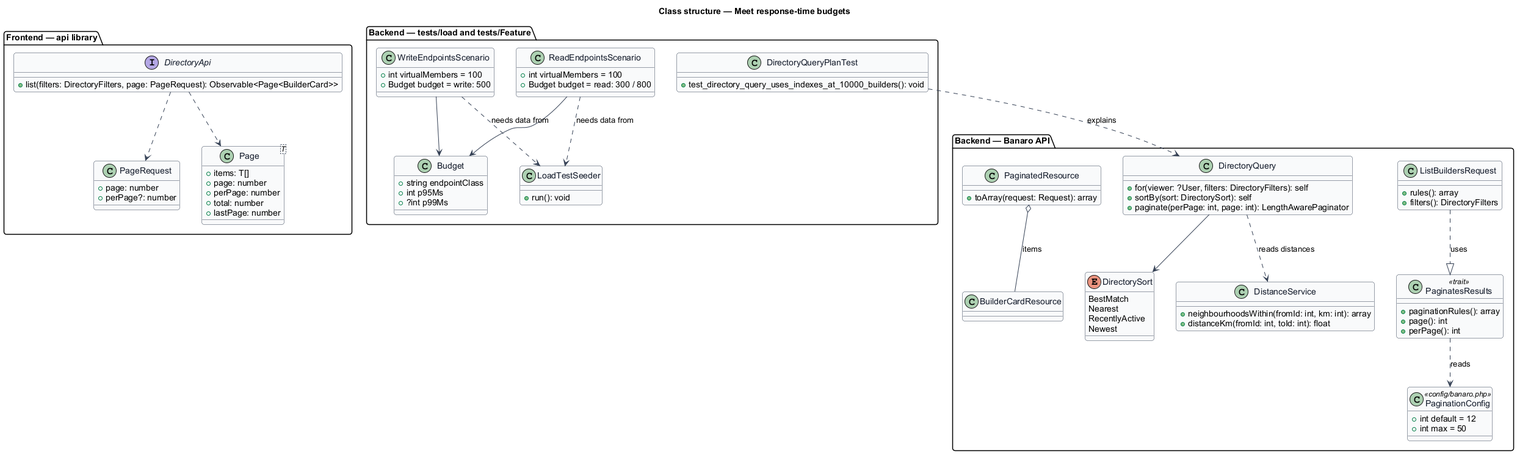
Before: docs/detailed-designs/performance/meet-response-time-budgets/diagrams/class-structure.png, a diagram exported from PlantUML (QuinntyneBrown/banaro).
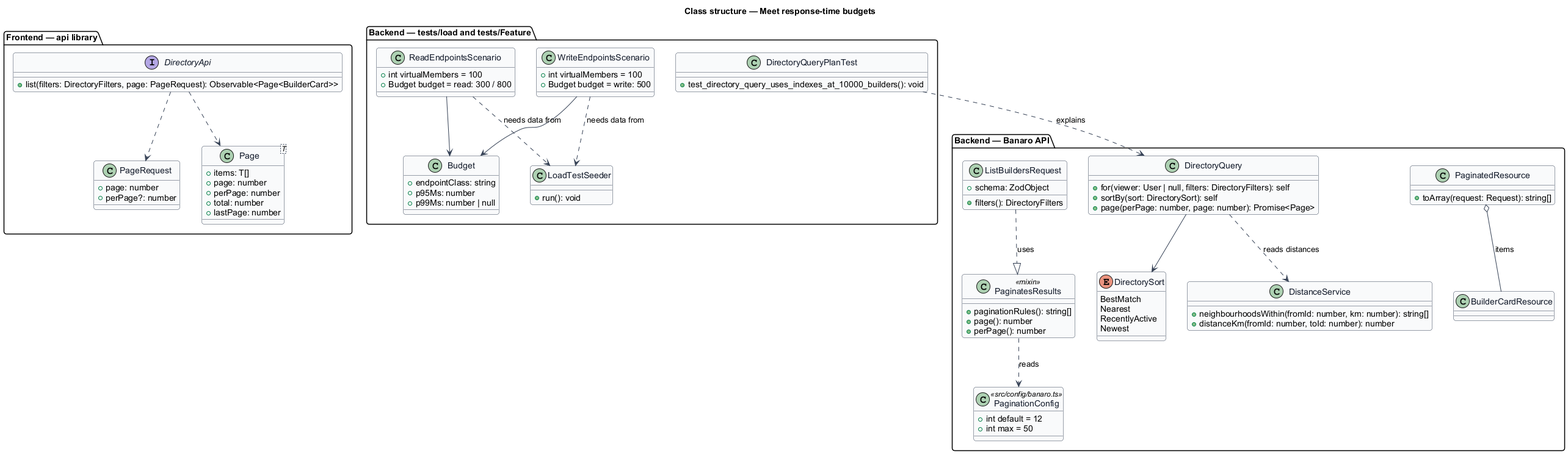
The same file after the commit.

Diff of the diagram source:
```diff
@@ -29,19 +29,19 @@
 }
 
 package "Backend — Banaro API" {
-  class PaginatesResults <<trait>> {
-    +paginationRules(): array
-    +page(): int
-    +perPage(): int
+  class PaginatesResults <<mixin>> {
+    +paginationRules(): string[]
+    +page(): number
+    +perPage(): number
   }
   class ListBuildersRequest {
-    +rules(): array
+    +schema: ZodObject
     +filters(): DirectoryFilters
   }
   class DirectoryQuery {
-    +for(viewer: ?User, filters: DirectoryFilters): self
+    +for(viewer: User | null, filters: DirectoryFilters): self
     +sortBy(sort: DirectorySort): self
-    +paginate(perPage: int, page: int): LengthAwarePaginator
+    +page(perPage: number, page: number): Promise<Page>
   }
   enum DirectorySort {
     BestMatch
@@ -50,14 +50,14 @@
     Newest
   }
   class DistanceService {
-    +neighbourhoodsWithin(fromId: int, km: int): array
-    +distanceKm(fromId: int, toId: int): float
+    +neighbourhoodsWithin(fromId: number, km: number): string[]
+    +distanceKm(fromId: number, toId: number): number
   }
   class PaginatedResource {
-    +toArray(request: Request): array
+    +toArray(request: Request): string[]
   }
   class BuilderCardResource
-  class PaginationConfig <<config/banaro.php>> {
+  class PaginationConfig <<src/config/banaro.ts>> {
     +int default = 12
     +int max = 50
   }
@@ -65,9 +65,9 @@
 
 package "Backend — tests/load and tests/Feature" {
   class Budget {
-    +string endpointClass
-    +int p95Ms
-    +?int p99Ms
+    +endpointClass: string
+    +p95Ms: number
+    +p99Ms: number | null
   }
   class ReadEndpointsScenario {
     +int virtualMembers = 100
```
